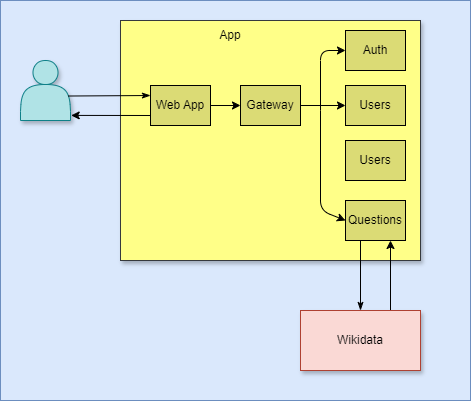
Before: docs/images/05_level2.drawio.png, a diagram exported from draw.io (Arquisoft/wiq_es05b). Source tidied: cells renumbered, new cells last; positions are measured from the earlier drawing's top-left corner, leaving out a move shared by most shapes.
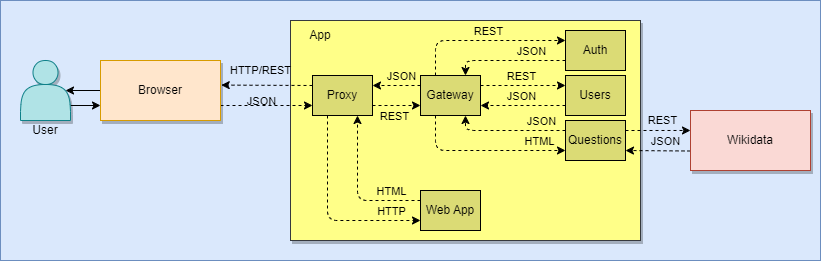
After the change.

What changed in the source:
```diff
@@ -3,72 +3,186 @@
     <mxCell id="0" />
     <mxCell id="1" parent="0" />
     <mxCell id="2" style="rounded=0;whiteSpace=wrap;html=1;fillColor=#dae8fc;strokeColor=#6c8ebf;" parent="1" vertex="1">
-      <mxGeometry width="470" height="400" as="geometry" />
+      <mxGeometry width="820" height="260" as="geometry" />
     </mxCell>
+    <mxCell id="22" style="edgeStyle=none;html=1;exitX=1;exitY=0.75;exitDx=0;exitDy=0;entryX=0;entryY=0.75;entryDx=0;entryDy=0;" parent="1" edge="1" source="3" target="43">
+      <mxGeometry relative="1" as="geometry" />
+    </mxCell>
     <mxCell id="3" style="shape=actor;whiteSpace=wrap;html=1;fillColor=#b0e3e6;strokeColor=#0e8088;shadow=1;" parent="1" vertex="1">
       <mxGeometry x="20" y="60" width="50" height="60" as="geometry" />
     </mxCell>
     <mxCell id="4" style="whiteSpace=wrap;html=1;fillColor=#ffff88;strokeColor=#36393d;shadow=1;" parent="1" vertex="1">
-      <mxGeometry x="120" y="20" width="300" height="240" as="geometry" />
+      <mxGeometry x="290" y="20" width="350" height="220" as="geometry" />
     </mxCell>
-    <mxCell id="5" style="edgeStyle=none;html=1;exitX=0.75;exitY=0;exitDx=0;exitDy=0;entryX=0.75;entryY=1;entryDx=0;entryDy=0;" parent="1" edge="1" source="6" target="12">
+    <mxCell id="5" style="edgeStyle=none;html=1;exitX=0;exitY=0.675;exitDx=0;exitDy=0;entryX=1;entryY=0.75;entryDx=0;entryDy=0;exitPerimeter=0;dashed=1;" parent="1" edge="1" source="6" target="12">
       <mxGeometry relative="1" as="geometry" />
     </mxCell>
+    <mxCell id="23" value="JSON" style="edgeLabel;html=1;align=center;verticalAlign=middle;labelBackgroundColor=none;" parent="5" vertex="1">
+      <mxGeometry x="-0.19" relative="1" as="geometry">
+        <mxPoint y="-10" as="offset" />
+      </mxGeometry>
+    </mxCell>
     <mxCell id="6" value="Wikidata" style="whiteSpace=wrap;html=1;fillColor=#fad9d5;strokeColor=#ae4132;shadow=1;" parent="1" vertex="1">
-      <mxGeometry x="300" y="310" width="120" height="60" as="geometry" />
+      <mxGeometry x="690" y="110" width="120" height="60" as="geometry" />
     </mxCell>
+    <mxCell id="24" style="edgeStyle=none;html=1;exitX=0;exitY=0.25;exitDx=0;exitDy=0;entryX=1;entryY=0.25;entryDx=0;entryDy=0;dashed=1;" parent="1" edge="1" source="8" target="50">
+      <mxGeometry relative="1" as="geometry" />
+    </mxCell>
+    <mxCell id="25" value="JSON" style="edgeLabel;html=1;align=center;verticalAlign=middle;labelBackgroundColor=none;" parent="24" vertex="1">
+      <mxGeometry x="-0.37" relative="1" as="geometry">
+        <mxPoint x="-5" y="-10" as="offset" />
+      </mxGeometry>
+    </mxCell>
+    <mxCell id="26" style="edgeStyle=none;html=1;exitX=0.25;exitY=0;exitDx=0;exitDy=0;entryX=0;entryY=0.25;entryDx=0;entryDy=0;dashed=1;" parent="1" edge="1" source="8" target="9">
+      <mxGeometry relative="1" as="geometry">
+        <Array as="points">
+          <mxPoint x="435" y="40" />
+        </Array>
+      </mxGeometry>
+    </mxCell>
+    <mxCell id="27" value="REST" style="edgeLabel;html=1;align=center;verticalAlign=middle;labelBackgroundColor=none;" parent="26" vertex="1">
+      <mxGeometry x="0.06" y="-1" relative="1" as="geometry">
+        <mxPoint y="-11" as="offset" />
+      </mxGeometry>
+    </mxCell>
-    <mxCell id="7" style="edgeStyle=none;html=1;exitX=1;exitY=0.5;exitDx=0;exitDy=0;" parent="1" edge="1" source="8" target="10">
+    <mxCell id="7" style="edgeStyle=none;html=1;exitX=1;exitY=0.25;exitDx=0;exitDy=0;entryX=0;entryY=0.25;entryDx=0;entryDy=0;dashed=1;" parent="1" edge="1" source="8" target="10">
       <mxGeometry relative="1" as="geometry" />
     </mxCell>
+    <mxCell id="28" value="REST" style="edgeLabel;html=1;align=center;verticalAlign=middle;labelBackgroundColor=none;" parent="7" vertex="1">
+      <mxGeometry x="0.1" relative="1" as="geometry">
+        <mxPoint x="-7" y="-10" as="offset" />
+      </mxGeometry>
+    </mxCell>
+    <mxCell id="29" style="edgeStyle=none;html=1;exitX=0.25;exitY=1;exitDx=0;exitDy=0;entryX=0;entryY=0.75;entryDx=0;entryDy=0;dashed=1;" parent="1" edge="1" source="8" target="12">
+      <mxGeometry relative="1" as="geometry">
+        <Array as="points">
+          <mxPoint x="435" y="150" />
+        </Array>
+      </mxGeometry>
+    </mxCell>
+    <mxCell id="30" value="HTML" style="edgeLabel;html=1;align=center;verticalAlign=middle;labelBackgroundColor=none;" parent="29" vertex="1">
+      <mxGeometry x="0.67" y="1" relative="1" as="geometry">
+        <mxPoint y="-9" as="offset" />
+      </mxGeometry>
+    </mxCell>
     <mxCell id="8" value="Gateway" style="rounded=0;whiteSpace=wrap;html=1;fillColor=#DBDB75;" parent="1" vertex="1">
-      <mxGeometry x="240" y="85" width="60" height="40" as="geometry" />
+      <mxGeometry x="420" y="75" width="60" height="40" as="geometry" />
     </mxCell>
+    <mxCell id="31" style="edgeStyle=none;html=1;exitX=0;exitY=0.75;exitDx=0;exitDy=0;entryX=0.75;entryY=0;entryDx=0;entryDy=0;dashed=1;" parent="1" edge="1" source="9" target="8">
+      <mxGeometry relative="1" as="geometry">
+        <Array as="points">
+          <mxPoint x="465" y="60" />
+        </Array>
+      </mxGeometry>
+    </mxCell>
+    <mxCell id="32" value="JSON" style="edgeLabel;html=1;align=center;verticalAlign=middle;labelBackgroundColor=none;" parent="31" vertex="1">
+      <mxGeometry x="-0.4" y="-1" relative="1" as="geometry">
+        <mxPoint y="-9" as="offset" />
+      </mxGeometry>
+    </mxCell>
     <mxCell id="9" value="Auth" style="rounded=0;whiteSpace=wrap;html=1;fillColor=#DBDB75;" parent="1" vertex="1">
-      <mxGeometry x="345" y="30" width="60" height="40" as="geometry" />
+      <mxGeometry x="565" y="30" width="60" height="40" as="geometry" />
     </mxCell>
+    <mxCell id="33" style="edgeStyle=none;html=1;exitX=0;exitY=0.75;exitDx=0;exitDy=0;entryX=1;entryY=0.75;entryDx=0;entryDy=0;dashed=1;" parent="1" edge="1" source="10" target="8">
+      <mxGeometry relative="1" as="geometry" />
+    </mxCell>
+    <mxCell id="34" value="JSON" style="edgeLabel;html=1;align=center;verticalAlign=middle;labelBackgroundColor=none;" parent="33" vertex="1">
+      <mxGeometry x="-0.28" relative="1" as="geometry">
+        <mxPoint x="-14" y="-10" as="offset" />
+      </mxGeometry>
+    </mxCell>
     <mxCell id="10" value="Users" style="rounded=0;whiteSpace=wrap;html=1;fillColor=#DBDB75;" parent="1" vertex="1">
-      <mxGeometry x="345" y="85" width="60" height="40" as="geometry" />
+      <mxGeometry x="565" y="75" width="60" height="40" as="geometry" />
     </mxCell>
-    <mxCell id="11" style="edgeStyle=none;html=1;exitX=0.25;exitY=1;exitDx=0;exitDy=0;entryX=0.5;entryY=0;entryDx=0;entryDy=0;startArrow=none;startFill=0;endArrow=classicThin;endFill=1;" parent="1" edge="1" source="12" target="6">
+    <mxCell id="11" style="edgeStyle=none;html=1;exitX=1;exitY=0.25;exitDx=0;exitDy=0;entryX=0;entryY=0.333;entryDx=0;entryDy=0;entryPerimeter=0;dashed=1;" parent="1" edge="1" source="12" target="6">
       <mxGeometry relative="1" as="geometry" />
     </mxCell>
+    <mxCell id="35" value="REST" style="edgeLabel;html=1;align=center;verticalAlign=middle;labelBackgroundColor=none;" parent="11" vertex="1">
+      <mxGeometry x="0.22" y="-1" relative="1" as="geometry">
+        <mxPoint x="-4" y="-11" as="offset" />
+      </mxGeometry>
+    </mxCell>
+    <mxCell id="36" style="edgeStyle=none;html=1;exitX=0;exitY=0.25;exitDx=0;exitDy=0;entryX=0.75;entryY=1;entryDx=0;entryDy=0;dashed=1;" parent="1" edge="1" source="12" target="8">
+      <mxGeometry relative="1" as="geometry">
+        <Array as="points">
+          <mxPoint x="465" y="130" />
+        </Array>
+      </mxGeometry>
+    </mxCell>
+    <mxCell id="37" value="JSON" style="edgeLabel;html=1;align=center;verticalAlign=middle;labelBackgroundColor=none;" parent="36" vertex="1">
+      <mxGeometry x="-0.45" relative="1" as="geometry">
+        <mxPoint x="7" y="-10" as="offset" />
+      </mxGeometry>
+    </mxCell>
     <mxCell id="12" value="Questions" style="rounded=0;whiteSpace=wrap;html=1;fillColor=#DBDB75;" parent="1" vertex="1">
-      <mxGeometry x="345" y="200" width="60" height="40" as="geometry" />
+      <mxGeometry x="565" y="120" width="60" height="40" as="geometry" />
     </mxCell>
-    <mxCell id="13" style="edgeStyle=none;html=1;exitX=1;exitY=0.5;exitDx=0;exitDy=0;" parent="1" edge="1" source="16" target="8">
-      <mxGeometry relative="1" as="geometry" />
-    </mxCell>
-    <mxCell id="14" style="edgeStyle=none;html=1;exitX=0;exitY=0.75;exitDx=0;exitDy=0;entryX=1.014;entryY=0.915;entryDx=0;entryDy=0;entryPerimeter=0;" parent="1" edge="1" source="16" target="3">
-      <mxGeometry relative="1" as="geometry" />
-    </mxCell>
-    <mxCell id="15" style="edgeStyle=none;html=1;exitX=0;exitY=0.25;exitDx=0;exitDy=0;entryX=0.958;entryY=0.592;entryDx=0;entryDy=0;entryPerimeter=0;startArrow=classicThin;startFill=1;endArrow=none;endFill=0;" parent="1" edge="1" source="16" target="3">
-      <mxGeometry relative="1" as="geometry" />
-    </mxCell>
+    <mxCell id="38" style="edgeStyle=none;html=1;exitX=0;exitY=0.25;exitDx=0;exitDy=0;entryX=0.75;entryY=1;entryDx=0;entryDy=0;dashed=1;" parent="1" edge="1" source="16" target="50">
+      <mxGeometry relative="1" as="geometry">
+        <Array as="points">
+          <mxPoint x="357" y="200" />
+        </Array>
+      </mxGeometry>
+    </mxCell>
+    <mxCell id="39" value="HTML" style="edgeLabel;html=1;align=center;verticalAlign=middle;labelBackgroundColor=none;" parent="38" vertex="1">
+      <mxGeometry x="0.26" relative="1" as="geometry">
+        <mxPoint x="33" y="20" as="offset" />
+      </mxGeometry>
+    </mxCell>
     <mxCell id="16" value="Web App" style="rounded=0;whiteSpace=wrap;html=1;fillColor=#DBDB75;" parent="1" vertex="1">
-      <mxGeometry x="150" y="85" width="60" height="40" as="geometry" />
+      <mxGeometry x="420" y="190" width="60" height="40" as="geometry" />
     </mxCell>
-    <mxCell id="17" style="endArrow=classic;html=1;entryX=0;entryY=0.5;entryDx=0;entryDy=0;" parent="1" edge="1" target="9">
-      <mxGeometry relative="1" as="geometry">
-        <mxPoint x="320" y="110" as="sourcePoint" />
-        <Array as="points">
-          <mxPoint x="320" y="50" />
-        </Array>
-      </mxGeometry>
-    </mxCell>
-    <mxCell id="18" style="endArrow=classic;html=1;entryX=0;entryY=0.5;entryDx=0;entryDy=0;" parent="1" edge="1" target="12">
-      <mxGeometry relative="1" as="geometry">
-        <mxPoint x="320" y="110" as="sourcePoint" />
-        <Array as="points">
-          <mxPoint x="320" y="210" />
-        </Array>
-      </mxGeometry>
-    </mxCell>
     <mxCell id="19" value="App" style="text;html=1;strokeColor=none;fillColor=none;align=center;verticalAlign=middle;whiteSpace=wrap;rounded=0;" parent="1" vertex="1">
-      <mxGeometry x="200" y="20" width="60" height="30" as="geometry" />
+      <mxGeometry x="290" y="20" width="60" height="30" as="geometry" />
     </mxCell>
-    <mxCell id="20" value="Users" style="rounded=0;whiteSpace=wrap;html=1;fillColor=#DBDB75;" parent="1" vertex="1">
-      <mxGeometry x="345" y="140" width="60" height="40" as="geometry" />
-    </mxCell>
+    <mxCell id="40" style="edgeStyle=none;html=1;exitX=0;exitY=0.5;exitDx=0;exitDy=0;entryX=0.9;entryY=0.5;entryDx=0;entryDy=0;entryPerimeter=0;" parent="1" edge="1" source="43" target="3">
+      <mxGeometry relative="1" as="geometry" />
+    </mxCell>
+    <mxCell id="41" style="edgeStyle=none;html=1;exitX=1;exitY=0.75;exitDx=0;exitDy=0;entryX=0;entryY=0.75;entryDx=0;entryDy=0;dashed=1;" parent="1" edge="1" source="43" target="50">
+      <mxGeometry relative="1" as="geometry" />
+    </mxCell>
+    <mxCell id="42" value="JSON" style="edgeLabel;html=1;align=center;verticalAlign=middle;labelBackgroundColor=none;" parent="41" vertex="1">
+      <mxGeometry x="-0.29" y="-1" relative="1" as="geometry">
+        <mxPoint x="7" y="-6" as="offset" />
+      </mxGeometry>
+    </mxCell>
+    <mxCell id="43" value="Browser" style="whiteSpace=wrap;html=1;fillColor=#ffe6cc;strokeColor=#d79b00;shadow=1;" parent="1" vertex="1">
+      <mxGeometry x="100" y="60" width="120" height="60" as="geometry" />
+    </mxCell>
+    <mxCell id="44" style="edgeStyle=none;html=1;exitX=0;exitY=0.25;exitDx=0;exitDy=0;entryX=1.006;entryY=0.41;entryDx=0;entryDy=0;entryPerimeter=0;dashed=1;" parent="1" edge="1" source="50" target="43">
+      <mxGeometry relative="1" as="geometry" />
+    </mxCell>
+    <mxCell id="45" value="HTTP/REST" style="edgeLabel;html=1;align=center;verticalAlign=middle;labelBackgroundColor=none;" parent="44" vertex="1">
+      <mxGeometry x="0.45" y="2" relative="1" as="geometry">
+        <mxPoint x="14" y="-17" as="offset" />
+      </mxGeometry>
+    </mxCell>
+    <mxCell id="46" style="edgeStyle=none;html=1;exitX=1;exitY=0.75;exitDx=0;exitDy=0;entryX=0;entryY=0.75;entryDx=0;entryDy=0;dashed=1;" parent="1" edge="1" source="50" target="8">
+      <mxGeometry relative="1" as="geometry" />
+    </mxCell>
+    <mxCell id="47" value="REST" style="edgeLabel;html=1;align=center;verticalAlign=middle;labelBackgroundColor=none;" parent="46" vertex="1">
+      <mxGeometry x="-0.14" y="-1" relative="1" as="geometry">
+        <mxPoint y="9" as="offset" />
+      </mxGeometry>
+    </mxCell>
+    <mxCell id="48" style="edgeStyle=none;html=1;exitX=0.25;exitY=1;exitDx=0;exitDy=0;entryX=0;entryY=0.75;entryDx=0;entryDy=0;dashed=1;" parent="1" edge="1" source="50" target="16">
+      <mxGeometry relative="1" as="geometry">
+        <Array as="points">
+          <mxPoint x="327" y="220" />
+        </Array>
+      </mxGeometry>
+    </mxCell>
+    <mxCell id="49" value="HTTP" style="edgeLabel;html=1;align=center;verticalAlign=middle;labelBackgroundColor=none;" parent="48" vertex="1">
+      <mxGeometry x="0.49" y="1" relative="1" as="geometry">
+        <mxPoint x="21" y="-9" as="offset" />
+      </mxGeometry>
+    </mxCell>
+    <mxCell id="50" value="Proxy" style="rounded=0;whiteSpace=wrap;html=1;fillColor=#DBDB75;" parent="1" vertex="1">
+      <mxGeometry x="312" y="75" width="60" height="40" as="geometry" />
+    </mxCell>
+    <mxCell id="51" value="User" style="text;html=1;strokeColor=none;fillColor=none;align=center;verticalAlign=middle;whiteSpace=wrap;rounded=0;labelBackgroundColor=none;" parent="1" vertex="1">
+      <mxGeometry x="15" y="120" width="60" height="20" as="geometry" />
+    </mxCell>
     <mxCell id="21" value="Diagram" parent="0" />
   </root>
 </mxGraphModel>
```
